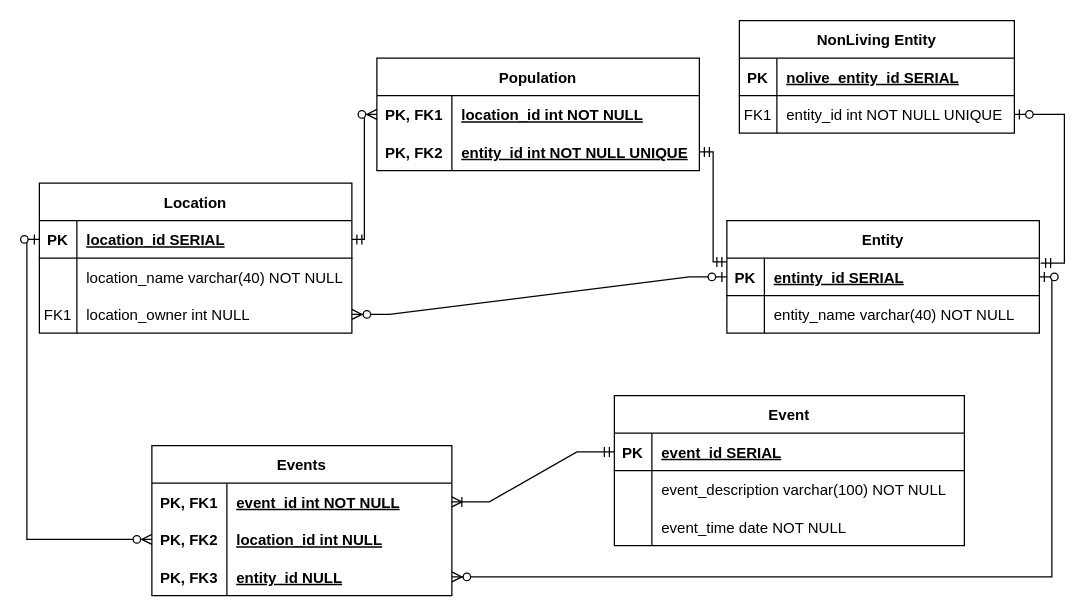
Above: datalogical_model.drawio in Zerumi/bd1_180223_367837 (draw.io), before the change. Source tidied: cells renumbered, new cells numbered last; positions are measured from the earlier drawing's top-left corner, leaving out a move shared by most shapes. Both pictures are drawn from the tidied source at 125%, with x=0, y=0 at pixel (39, 20).
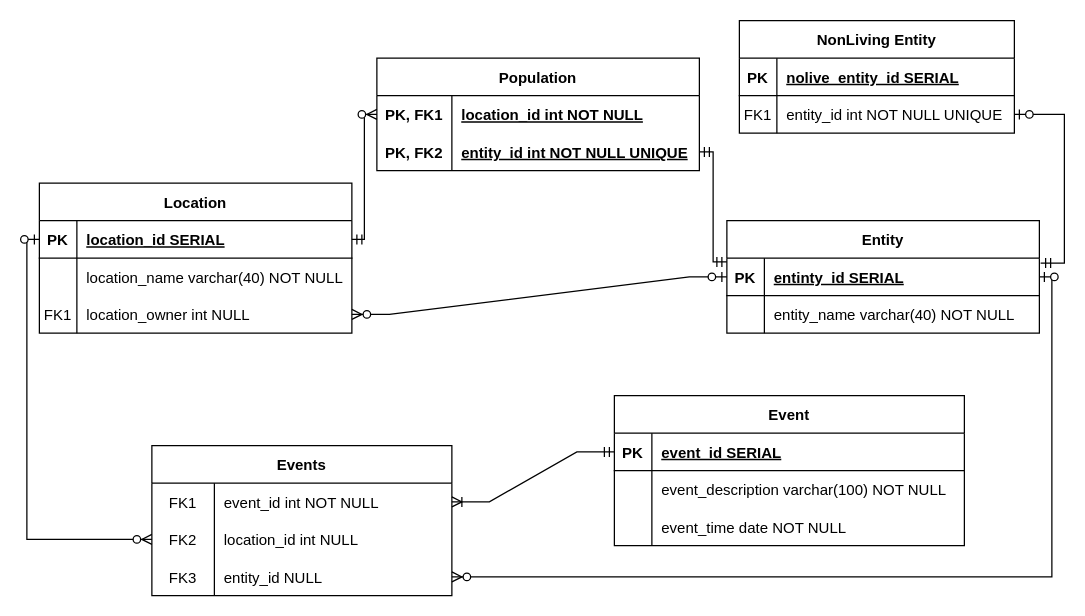
After the change.

Commit message:
fix pks, part 3

The change refers to these unchanged cells:
```xml
<mxCell id="27" style="shape=tableRow;horizontal=0;startSize=0;swimlaneHead=0;swimlaneBody=0;fillColor=none;points=[[0,0.5],[1,0.5]];portConstraint=eastwest;top=0;left=0;right=0;bottom=0;" parent="26" vertex="1">
  <mxGeometry y="30" width="240" height="30" as="geometry" />
</mxCell>
<mxCell id="30" style="shape=tableRow;horizontal=0;startSize=0;swimlaneHead=0;swimlaneBody=0;fillColor=none;points=[[0,0.5],[1,0.5]];portConstraint=eastwest;top=0;left=0;right=0;bottom=0;" parent="26" vertex="1">
  <mxGeometry y="60" width="240" height="30" as="geometry" />
</mxCell>
<mxCell id="33" style="shape=tableRow;horizontal=0;startSize=0;swimlaneHead=0;swimlaneBody=0;fillColor=none;points=[[0,0.5],[1,0.5]];portConstraint=eastwest;top=0;left=0;right=0;bottom=0;" parent="26" vertex="1">
  <mxGeometry y="90" width="240" height="30" as="geometry" />
</mxCell>
```

Diff of the diagram source:
```diff
@@
-    <mxCell id="28" value="PK, FK1" style="shape=partialRectangle;fillColor=none;top=0;left=0;bottom=0;right=0;overflow=hidden;fontStyle=1;" parent="27" vertex="1">
-      <mxGeometry width="60" height="30" as="geometry" />
+    <mxCell id="28" value="FK1" style="shape=partialRectangle;fillColor=none;top=0;left=0;bottom=0;right=0;overflow=hidden;fontStyle=0;" parent="27" vertex="1">
+      <mxGeometry width="50" height="30" as="geometry" />
     </mxCell>
-    <mxCell id="29" value="event_id int NOT NULL" style="shape=partialRectangle;fillColor=none;top=0;left=0;bottom=0;right=0;align=left;spacingLeft=6;overflow=hidden;fontStyle=5;" parent="27" vertex="1">
-      <mxGeometry x="60" width="180" height="30" as="geometry" />
+    <mxCell id="29" value="event_id int NOT NULL" style="shape=partialRectangle;fillColor=none;top=0;left=0;bottom=0;right=0;align=left;spacingLeft=6;overflow=hidden;fontStyle=0;" parent="27" vertex="1">
+      <mxGeometry x="50" width="190" height="30" as="geometry" />
     </mxCell>
@@
-    <mxCell id="31" value="PK, FK2" style="shape=partialRectangle;fillColor=none;top=0;left=0;bottom=0;right=0;overflow=hidden;fontStyle=1;" parent="30" vertex="1">
-      <mxGeometry width="60" height="30" as="geometry" />
+    <mxCell id="31" value="FK2" style="shape=partialRectangle;fillColor=none;top=0;left=0;bottom=0;right=0;overflow=hidden;fontStyle=0;" parent="30" vertex="1">
+      <mxGeometry width="50" height="30" as="geometry" />
     </mxCell>
-    <mxCell id="32" value="location_id int NULL" style="shape=partialRectangle;fillColor=none;top=0;left=0;bottom=0;right=0;align=left;spacingLeft=6;overflow=hidden;fontStyle=5;" parent="30" vertex="1">
-      <mxGeometry x="60" width="180" height="30" as="geometry" />
+    <mxCell id="32" value="location_id int NULL" style="shape=partialRectangle;fillColor=none;top=0;left=0;bottom=0;right=0;align=left;spacingLeft=6;overflow=hidden;fontStyle=0;" parent="30" vertex="1">
+      <mxGeometry x="50" width="190" height="30" as="geometry" />
     </mxCell>
@@
-    <mxCell id="34" value="PK, FK3" style="shape=partialRectangle;fillColor=none;top=0;left=0;bottom=0;right=0;overflow=hidden;fontStyle=1;" parent="33" vertex="1">
-      <mxGeometry width="60" height="30" as="geometry" />
+    <mxCell id="34" value="FK3" style="shape=partialRectangle;fillColor=none;top=0;left=0;bottom=0;right=0;overflow=hidden;fontStyle=0;" parent="33" vertex="1">
+      <mxGeometry width="50" height="30" as="geometry" />
     </mxCell>
-    <mxCell id="35" value="entity_id NULL" style="shape=partialRectangle;fillColor=none;top=0;left=0;bottom=0;right=0;align=left;spacingLeft=6;overflow=hidden;fontStyle=5;" parent="33" vertex="1">
-      <mxGeometry x="60" width="180" height="30" as="geometry" />
+    <mxCell id="35" value="entity_id NULL" style="shape=partialRectangle;fillColor=none;top=0;left=0;bottom=0;right=0;align=left;spacingLeft=6;overflow=hidden;fontStyle=0;" parent="33" vertex="1">
+      <mxGeometry x="50" width="190" height="30" as="geometry" />
     </mxCell>
```
